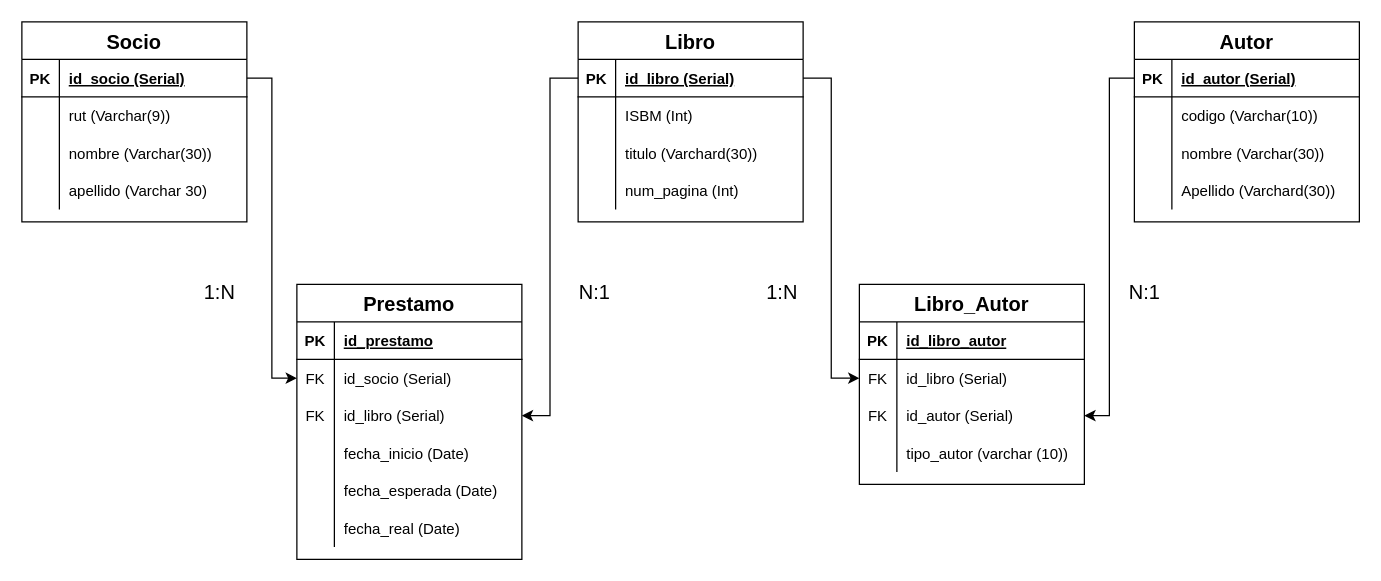
Before: M5/5_biblioteca/ModeloFisico.drawio in Richard-39/FullStackJavaScript_Desafios, a draw.io diagram. Source tidied: cells renumbered, new cells numbered last; positions are measured from the earlier drawing's top-left corner, leaving out a move shared by most shapes. Both pictures are drawn from the tidied source at 125%, with x=0, y=0 at pixel (21, 21).
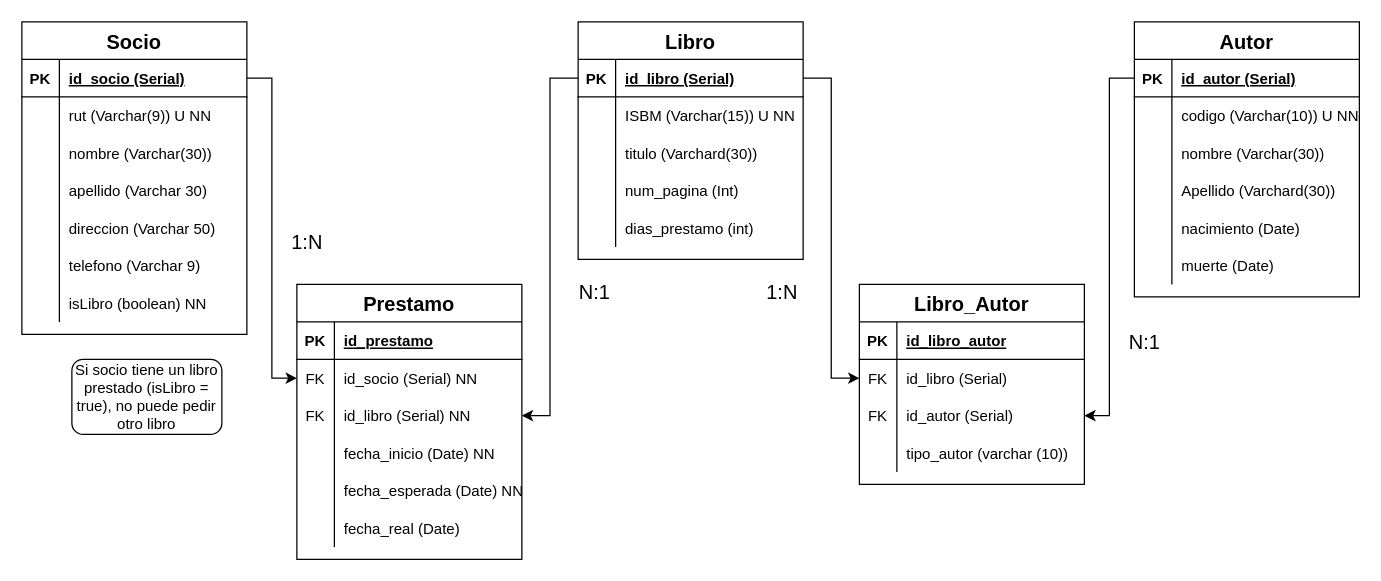
After the change.

The change refers to these unchanged cells:
```xml
<mxCell id="8" style="shape=partialRectangle;fillColor=none;top=0;left=0;bottom=0;right=0;" parent="4" vertex="1">
  <mxGeometry y="60" width="180" height="30" as="geometry" />
</mxCell>
<mxCell id="21" style="shape=partialRectangle;fillColor=none;top=0;left=0;bottom=0;right=0;points=[[0,0.5],[1,0.5]];portConstraint=eastwest;" parent="17" vertex="1">
  <mxGeometry y="60" width="180" height="30" as="geometry" />
</mxCell>
<mxCell id="24" style="shape=partialRectangle;fillColor=none;top=0;left=0;bottom=0;right=0;points=[[0,0.5],[1,0.5]];portConstraint=eastwest;" parent="17" vertex="1">
  <mxGeometry y="90" width="180" height="30" as="geometry" />
</mxCell>
<mxCell id="27" style="shape=partialRectangle;fillColor=none;top=0;left=0;bottom=0;right=0;" parent="17" vertex="1">
  <mxGeometry y="120" width="180" height="30" as="geometry" />
</mxCell>
<mxCell id="30" style="shape=partialRectangle;fillColor=none;top=0;left=0;bottom=0;right=0;" parent="17" vertex="1">
  <mxGeometry y="150" width="180" height="30" as="geometry" />
</mxCell>
<mxCell id="40" style="shape=partialRectangle;fillColor=none;top=0;left=0;bottom=0;right=0;" parent="36" vertex="1">
  <mxGeometry y="60" width="180" height="30" as="geometry" />
</mxCell>
<mxCell id="66" style="shape=partialRectangle;fillColor=none;top=0;left=0;bottom=0;right=0;" parent="62" vertex="1">
  <mxGeometry y="60" width="180" height="30" as="geometry" />
</mxCell>
```

Change to the diagram source:
```diff
@@
     <mxCell id="3" value="N:1" style="text;strokeColor=none;fillColor=none;spacingLeft=4;spacingRight=4;overflow=hidden;fontSize=16;" parent="1" vertex="1">
-      <mxGeometry x="880" y="200" width="40" height="30" as="geometry" />
+      <mxGeometry x="880" y="240" width="40" height="30" as="geometry" />
     </mxCell>
     <mxCell id="4" value="Socio" style="shape=table;startSize=30;childLayout=tableLayout;rowLines=0;fontStyle=1;align=center;fontSize=16;" parent="1" vertex="1">
-      <mxGeometry width="180" height="160" as="geometry" />
+      <mxGeometry width="180" height="250" as="geometry" />
     </mxCell>
@@
-    <mxCell id="10" value="rut (Varchar(9))" style="shape=partialRectangle;fillColor=none;top=0;left=0;bottom=0;right=0;align=left;spacingLeft=6;overflow=hidden;" parent="8" vertex="1">
+    <mxCell id="10" value="rut (Varchar(9)) U NN" style="shape=partialRectangle;fillColor=none;top=0;left=0;bottom=0;right=0;align=left;spacingLeft=6;overflow=hidden;" parent="8" vertex="1">
       <mxGeometry x="30" width="150" height="30" as="geometry" />
     </mxCell>
@@
+    <mxCell id="81" style="shape=partialRectangle;fillColor=none;top=0;left=0;bottom=0;right=0;" parent="4" vertex="1">
+      <mxGeometry y="150" width="180" height="30" as="geometry" />
+    </mxCell>
+    <mxCell id="82" style="shape=partialRectangle;fillColor=none;top=0;left=0;bottom=0;right=0;overflow=hidden;" parent="81" vertex="1">
+      <mxGeometry width="30" height="30" as="geometry" />
+    </mxCell>
+    <mxCell id="83" value="direccion (Varchar 50)" style="shape=partialRectangle;fillColor=none;top=0;left=0;bottom=0;right=0;align=left;spacingLeft=6;overflow=hidden;" parent="81" vertex="1">
+      <mxGeometry x="30" width="150" height="30" as="geometry" />
+    </mxCell>
+    <mxCell id="84" style="shape=partialRectangle;fillColor=none;top=0;left=0;bottom=0;right=0;" parent="4" vertex="1">
+      <mxGeometry y="180" width="180" height="30" as="geometry" />
+    </mxCell>
+    <mxCell id="85" style="shape=partialRectangle;fillColor=none;top=0;left=0;bottom=0;right=0;overflow=hidden;" parent="84" vertex="1">
+      <mxGeometry width="30" height="30" as="geometry" />
+    </mxCell>
+    <mxCell id="86" value="telefono (Varchar 9)" style="shape=partialRectangle;fillColor=none;top=0;left=0;bottom=0;right=0;align=left;spacingLeft=6;overflow=hidden;" parent="84" vertex="1">
+      <mxGeometry x="30" width="150" height="30" as="geometry" />
+    </mxCell>
+    <mxCell id="87" style="shape=partialRectangle;fillColor=none;top=0;left=0;bottom=0;right=0;" parent="4" vertex="1">
+      <mxGeometry y="210" width="180" height="30" as="geometry" />
+    </mxCell>
+    <mxCell id="88" style="shape=partialRectangle;fillColor=none;top=0;left=0;bottom=0;right=0;overflow=hidden;" parent="87" vertex="1">
+      <mxGeometry width="30" height="30" as="geometry" />
+    </mxCell>
+    <mxCell id="89" value="isLibro (boolean) NN" style="shape=partialRectangle;fillColor=none;top=0;left=0;bottom=0;right=0;align=left;spacingLeft=6;overflow=hidden;" parent="87" vertex="1">
+      <mxGeometry x="30" width="150" height="30" as="geometry" />
+    </mxCell>
@@
-    <mxCell id="23" value="id_socio (Serial)" style="shape=partialRectangle;fillColor=none;top=0;left=0;bottom=0;right=0;align=left;spacingLeft=6;overflow=hidden;" parent="21" vertex="1">
+    <mxCell id="23" value="id_socio (Serial) NN" style="shape=partialRectangle;fillColor=none;top=0;left=0;bottom=0;right=0;align=left;spacingLeft=6;overflow=hidden;" parent="21" vertex="1">
       <mxGeometry x="30" width="150" height="30" as="geometry" />
     </mxCell>
@@
-    <mxCell id="26" value="id_libro (Serial)" style="shape=partialRectangle;fillColor=none;top=0;left=0;bottom=0;right=0;align=left;spacingLeft=6;overflow=hidden;" parent="24" vertex="1">
+    <mxCell id="26" value="id_libro (Serial) NN" style="shape=partialRectangle;fillColor=none;top=0;left=0;bottom=0;right=0;align=left;spacingLeft=6;overflow=hidden;" parent="24" vertex="1">
       <mxGeometry x="30" width="150" height="30" as="geometry" />
     </mxCell>
@@
-    <mxCell id="29" value="fecha_inicio (Date)" style="shape=partialRectangle;fillColor=none;top=0;left=0;bottom=0;right=0;align=left;spacingLeft=6;overflow=hidden;" parent="27" vertex="1">
+    <mxCell id="29" value="fecha_inicio (Date) NN" style="shape=partialRectangle;fillColor=none;top=0;left=0;bottom=0;right=0;align=left;spacingLeft=6;overflow=hidden;" parent="27" vertex="1">
       <mxGeometry x="30" width="150" height="30" as="geometry" />
     </mxCell>
@@
-    <mxCell id="32" value="fecha_esperada (Date)" style="shape=partialRectangle;fillColor=none;top=0;left=0;bottom=0;right=0;align=left;spacingLeft=6;overflow=hidden;" parent="30" vertex="1">
+    <mxCell id="32" value="fecha_esperada (Date) NN" style="shape=partialRectangle;fillColor=none;top=0;left=0;bottom=0;right=0;align=left;spacingLeft=6;overflow=hidden;" parent="30" vertex="1">
       <mxGeometry x="30" width="150" height="30" as="geometry" />
     </mxCell>
@@
     <mxCell id="36" value="Libro" style="shape=table;startSize=30;childLayout=tableLayout;rowLines=0;fontStyle=1;align=center;fontSize=16;" parent="1" vertex="1">
-      <mxGeometry x="445" width="180" height="160" as="geometry" />
+      <mxGeometry x="445" width="180" height="190" as="geometry" />
     </mxCell>
@@
-    <mxCell id="42" value="ISBM (Int)" style="shape=partialRectangle;fillColor=none;top=0;left=0;bottom=0;right=0;align=left;spacingLeft=6;overflow=hidden;" parent="40" vertex="1">
+    <mxCell id="42" value="ISBM (Varchar(15)) U NN" style="shape=partialRectangle;fillColor=none;top=0;left=0;bottom=0;right=0;align=left;spacingLeft=6;overflow=hidden;" parent="40" vertex="1">
       <mxGeometry x="30" width="150" height="30" as="geometry" />
     </mxCell>
@@
+    <mxCell id="90" style="shape=partialRectangle;fillColor=none;top=0;left=0;bottom=0;right=0;" parent="36" vertex="1">
+      <mxGeometry y="150" width="180" height="30" as="geometry" />
+    </mxCell>
+    <mxCell id="91" style="shape=partialRectangle;fillColor=none;top=0;left=0;bottom=0;right=0;overflow=hidden;" parent="90" vertex="1">
+      <mxGeometry width="30" height="30" as="geometry" />
+    </mxCell>
+    <mxCell id="92" value="dias_prestamo (int)" style="shape=partialRectangle;fillColor=none;top=0;left=0;bottom=0;right=0;align=left;spacingLeft=6;overflow=hidden;" parent="90" vertex="1">
+      <mxGeometry x="30" width="150" height="30" as="geometry" />
+    </mxCell>
@@
     <mxCell id="62" value="Autor" style="shape=table;startSize=30;childLayout=tableLayout;rowLines=0;fontStyle=1;align=center;fontSize=16;" parent="1" vertex="1">
-      <mxGeometry x="890" width="180" height="160" as="geometry" />
+      <mxGeometry x="890" width="180" height="220" as="geometry" />
     </mxCell>
@@
-    <mxCell id="68" value="codigo (Varchar(10))" style="shape=partialRectangle;fillColor=none;top=0;left=0;bottom=0;right=0;align=left;spacingLeft=6;overflow=hidden;" parent="66" vertex="1">
+    <mxCell id="68" value="codigo (Varchar(10)) U NN" style="shape=partialRectangle;fillColor=none;top=0;left=0;bottom=0;right=0;align=left;spacingLeft=6;overflow=hidden;" parent="66" vertex="1">
       <mxGeometry x="30" width="150" height="30" as="geometry" />
     </mxCell>
@@
+    <mxCell id="93" style="shape=partialRectangle;fillColor=none;top=0;left=0;bottom=0;right=0;" parent="62" vertex="1">
+      <mxGeometry y="150" width="180" height="30" as="geometry" />
+    </mxCell>
+    <mxCell id="94" style="shape=partialRectangle;fillColor=none;top=0;left=0;bottom=0;right=0;overflow=hidden;" parent="93" vertex="1">
+      <mxGeometry width="30" height="30" as="geometry" />
+    </mxCell>
+    <mxCell id="95" value="nacimiento (Date)" style="shape=partialRectangle;fillColor=none;top=0;left=0;bottom=0;right=0;align=left;spacingLeft=6;overflow=hidden;" parent="93" vertex="1">
+      <mxGeometry x="30" width="150" height="30" as="geometry" />
+    </mxCell>
+    <mxCell id="96" style="shape=partialRectangle;fillColor=none;top=0;left=0;bottom=0;right=0;" parent="62" vertex="1">
+      <mxGeometry y="180" width="180" height="30" as="geometry" />
+    </mxCell>
+    <mxCell id="97" style="shape=partialRectangle;fillColor=none;top=0;left=0;bottom=0;right=0;overflow=hidden;" parent="96" vertex="1">
+      <mxGeometry width="30" height="30" as="geometry" />
+    </mxCell>
+    <mxCell id="98" value="muerte (Date)" style="shape=partialRectangle;fillColor=none;top=0;left=0;bottom=0;right=0;align=left;spacingLeft=6;overflow=hidden;" parent="96" vertex="1">
+      <mxGeometry x="30" width="150" height="30" as="geometry" />
+    </mxCell>
@@
     <mxCell id="79" value="1:N" style="text;strokeColor=none;fillColor=none;spacingLeft=4;spacingRight=4;overflow=hidden;fontSize=16;" parent="1" vertex="1">
-      <mxGeometry x="140" y="200" width="40" height="30" as="geometry" />
+      <mxGeometry x="210" y="160" width="40" height="30" as="geometry" />
     </mxCell>
@@
+    <mxCell id="99" value="Si socio tiene un libro prestado (isLibro = true), no puede pedir otro libro" style="rounded=1;whiteSpace=wrap;html=1;" parent="1" vertex="1">
+      <mxGeometry x="40" y="270" width="120" height="60" as="geometry" />
+    </mxCell>
```
